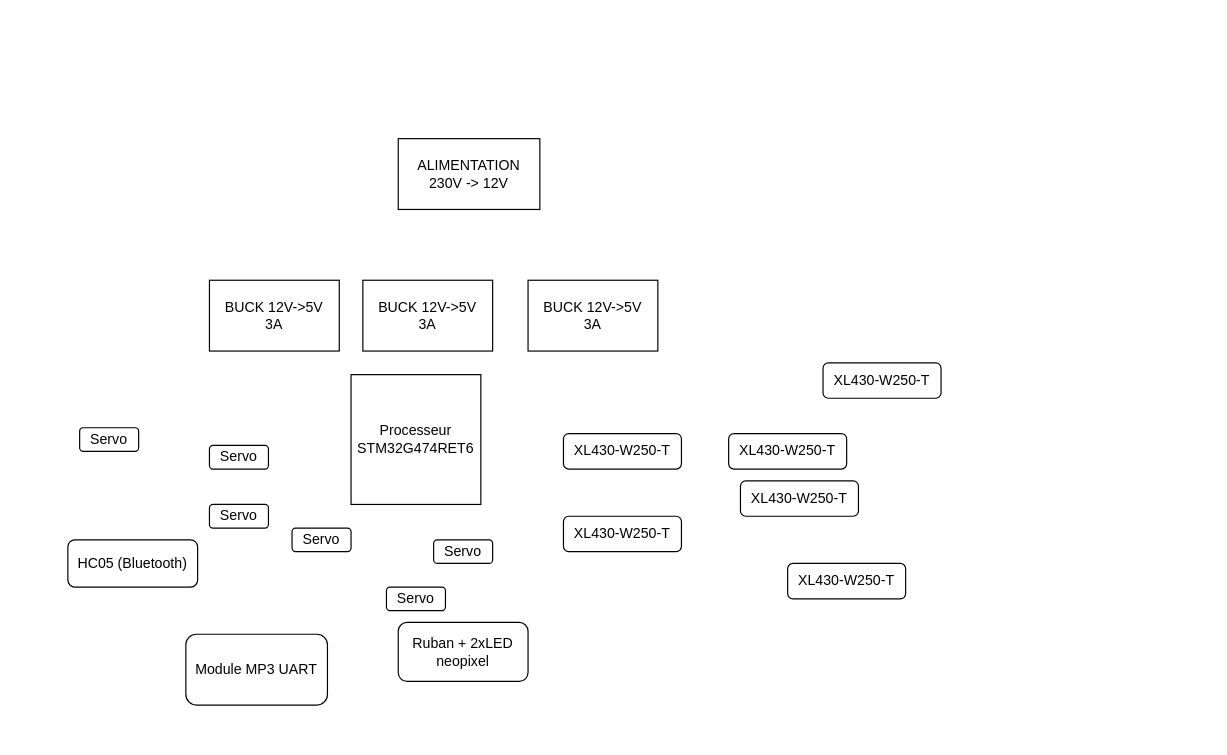
The draw.io diagram Gestion de projet/Untitled Diagram.drawio in mael-lukas/2425_Projet2A_Animatronic, before the edit. Source tidied: cells renumbered, new cells numbered last; positions are measured from the earlier drawing's top-left corner, leaving out a move shared by most shapes. Both pictures are drawn from the tidied source at 118%, with x=0, y=0 at pixel (67, 138).
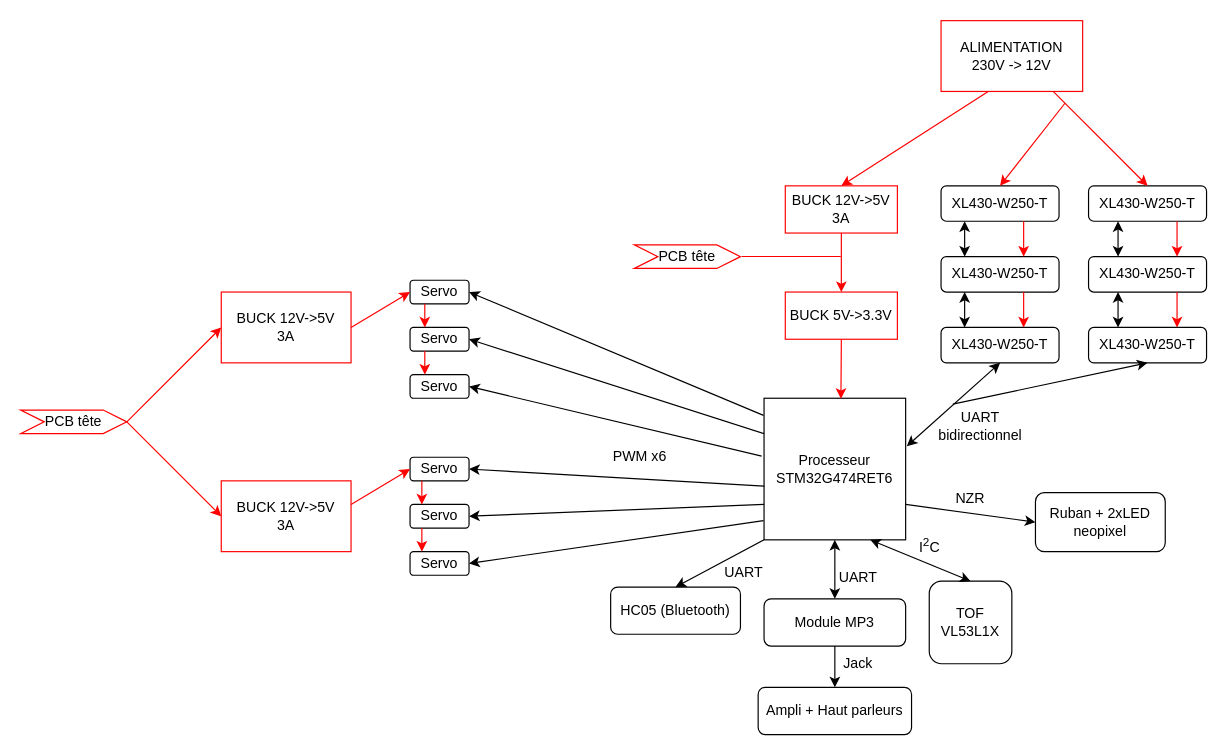
After the change.

The edit, as a diff of the source:
```diff
@@
-    <mxCell id="2" value="&lt;div&gt;ALIMENTATION&lt;/div&gt;&lt;div&gt;230V -&amp;gt; 12V&lt;br&gt;&lt;/div&gt;" style="rounded=0;whiteSpace=wrap;html=1;" parent="1" vertex="1">
-      <mxGeometry x="280" width="120" height="60" as="geometry" />
+    <mxCell id="2" value="&lt;div&gt;ALIMENTATION&lt;/div&gt;&lt;div&gt;230V -&amp;gt; 12V&lt;br&gt;&lt;/div&gt;" style="rounded=0;whiteSpace=wrap;html=1;strokeColor=#FF0000;" parent="1" vertex="1">
+      <mxGeometry x="740" y="-100" width="120" height="60" as="geometry" />
     </mxCell>
-    <mxCell id="3" value="&lt;div&gt;BUCK 12V-&amp;gt;5V&lt;/div&gt;3A" style="rounded=0;whiteSpace=wrap;html=1;" parent="1" vertex="1">
-      <mxGeometry x="120" y="120" width="110" height="60" as="geometry" />
+    <mxCell id="3" value="&lt;div&gt;BUCK 12V-&amp;gt;5V&lt;/div&gt;3A" style="rounded=0;whiteSpace=wrap;html=1;strokeColor=#FF0000;" parent="1" vertex="1">
+      <mxGeometry x="608" y="40" width="95" height="40" as="geometry" />
     </mxCell>
-    <mxCell id="4" value="&lt;div&gt;BUCK 12V-&amp;gt;5V&lt;/div&gt;&lt;div&gt;3A&lt;br&gt;&lt;/div&gt;" style="rounded=0;whiteSpace=wrap;html=1;" parent="1" vertex="1">
-      <mxGeometry x="250" y="120" width="110" height="60" as="geometry" />
+    <mxCell id="4" value="&lt;div&gt;&lt;font color=&quot;#000000&quot;&gt;BUCK 12V-&amp;gt;5V&lt;/font&gt;&lt;/div&gt;&lt;div&gt;&lt;font color=&quot;#000000&quot;&gt;3A&lt;br&gt;&lt;/font&gt;&lt;/div&gt;" style="rounded=0;whiteSpace=wrap;html=1;fontColor=#FF0000;strokeColor=#FF0000;" parent="1" vertex="1">
+      <mxGeometry x="130" y="290" width="110" height="60" as="geometry" />
     </mxCell>
-    <mxCell id="5" value="&lt;div&gt;BUCK 12V-&amp;gt;5V&lt;/div&gt;&lt;div&gt;3A&lt;br&gt;&lt;/div&gt;" style="rounded=0;whiteSpace=wrap;html=1;" parent="1" vertex="1">
-      <mxGeometry x="390" y="120" width="110" height="60" as="geometry" />
+    <mxCell id="5" value="&lt;div&gt;&lt;font color=&quot;#000000&quot;&gt;BUCK 12V-&amp;gt;5V&lt;/font&gt;&lt;/div&gt;&lt;div&gt;&lt;font color=&quot;#000000&quot;&gt;3A&lt;br&gt;&lt;/font&gt;&lt;/div&gt;" style="rounded=0;whiteSpace=wrap;html=1;fontColor=#FF0000;strokeColor=#FF0000;" parent="1" vertex="1">
+      <mxGeometry x="130" y="130" width="110" height="60" as="geometry" />
     </mxCell>
     <mxCell id="6" value="&lt;div&gt;Processeur&lt;/div&gt;&lt;div&gt;STM32G474RET6&lt;br&gt;&lt;/div&gt;" style="whiteSpace=wrap;html=1;" parent="1" vertex="1">
-      <mxGeometry x="240" y="200" width="110" height="110" as="geometry" />
+      <mxGeometry x="590" y="220" width="120" height="120" as="geometry" />
     </mxCell>
     <mxCell id="7" value="Servo" style="rounded=1;whiteSpace=wrap;html=1;" parent="1" vertex="1">
-      <mxGeometry x="10" y="245" width="50" height="20" as="geometry" />
+      <mxGeometry x="290" y="350" width="50" height="20" as="geometry" />
     </mxCell>
     <mxCell id="8" value="Servo" style="rounded=1;whiteSpace=wrap;html=1;" parent="1" vertex="1">
-      <mxGeometry x="120" y="260" width="50" height="20" as="geometry" />
+      <mxGeometry x="290" y="200" width="50" height="20" as="geometry" />
     </mxCell>
     <mxCell id="9" value="Servo" style="rounded=1;whiteSpace=wrap;html=1;" parent="1" vertex="1">
-      <mxGeometry x="120" y="310" width="50" height="20" as="geometry" />
+      <mxGeometry x="290" y="270" width="50" height="20" as="geometry" />
     </mxCell>
     <mxCell id="10" value="Servo" style="rounded=1;whiteSpace=wrap;html=1;" parent="1" vertex="1">
-      <mxGeometry x="190" y="330" width="50" height="20" as="geometry" />
+      <mxGeometry x="290" y="310" width="50" height="20" as="geometry" />
     </mxCell>
     <mxCell id="11" value="Servo" style="rounded=1;whiteSpace=wrap;html=1;" parent="1" vertex="1">
-      <mxGeometry x="310" y="340" width="50" height="20" as="geometry" />
+      <mxGeometry x="290" y="120" width="50" height="20" as="geometry" />
     </mxCell>
     <mxCell id="12" value="Servo" style="rounded=1;whiteSpace=wrap;html=1;" parent="1" vertex="1">
-      <mxGeometry x="270" y="380" width="50" height="20" as="geometry" />
+      <mxGeometry x="290" y="160" width="50" height="20" as="geometry" />
     </mxCell>
     <mxCell id="13" value="XL430-W250-T" style="rounded=1;whiteSpace=wrap;html=1;" parent="1" vertex="1">
-      <mxGeometry x="420" y="250" width="100" height="30" as="geometry" />
+      <mxGeometry x="865" y="160" width="100" height="30" as="geometry" />
     </mxCell>
-    <mxCell id="14" value="XL430-W250-T" style="rounded=1;whiteSpace=wrap;html=1;" parent="1" vertex="1">
-      <mxGeometry x="570" y="290" width="100" height="30" as="geometry" />
-    </mxCell>
-    <mxCell id="15" value="XL430-W250-T" style="rounded=1;whiteSpace=wrap;html=1;" parent="1" vertex="1">
-      <mxGeometry x="420" y="320" width="100" height="30" as="geometry" />
-    </mxCell>
     <mxCell id="16" value="XL430-W250-T" style="rounded=1;whiteSpace=wrap;html=1;" parent="1" vertex="1">
-      <mxGeometry x="560" y="250" width="100" height="30" as="geometry" />
+      <mxGeometry x="865" y="100" width="100" height="30" as="geometry" />
     </mxCell>
     <mxCell id="17" value="XL430-W250-T" style="rounded=1;whiteSpace=wrap;html=1;" parent="1" vertex="1">
-      <mxGeometry x="640" y="190" width="100" height="30" as="geometry" />
+      <mxGeometry x="865" y="40" width="100" height="30" as="geometry" />
     </mxCell>
-    <mxCell id="18" value="XL430-W250-T" style="rounded=1;whiteSpace=wrap;html=1;" parent="1" vertex="1">
-      <mxGeometry x="610" y="360" width="100" height="30" as="geometry" />
-    </mxCell>
     <mxCell id="19" value="HC05 (Bluetooth)" style="rounded=1;whiteSpace=wrap;html=1;" parent="1" vertex="1">
-      <mxGeometry y="340" width="110" height="40" as="geometry" />
+      <mxGeometry x="460" y="380" width="110" height="40" as="geometry" />
     </mxCell>
     <mxCell id="20" value="Ruban + 2xLED neopixel" style="rounded=1;whiteSpace=wrap;html=1;" parent="1" vertex="1">
-      <mxGeometry x="280" y="410" width="110" height="50" as="geometry" />
+      <mxGeometry x="820" y="300" width="110" height="50" as="geometry" />
     </mxCell>
-    <mxCell id="21" value="Module MP3 UART" style="rounded=1;whiteSpace=wrap;html=1;" parent="1" vertex="1">
-      <mxGeometry x="100" y="420" width="120" height="60" as="geometry" />
+    <mxCell id="21" value="&lt;div&gt;Module MP3&lt;/div&gt;" style="rounded=1;whiteSpace=wrap;html=1;" parent="1" vertex="1">
+      <mxGeometry x="590" y="390" width="120" height="40" as="geometry" />
     </mxCell>
+    <mxCell id="22" value="&lt;div&gt;TOF&lt;/div&gt;VL53L1X" style="rounded=1;whiteSpace=wrap;html=1;" parent="1" vertex="1">
+      <mxGeometry x="730" y="375" width="70" height="70" as="geometry" />
+    </mxCell>
+    <mxCell id="23" value="Ampli + Haut parleurs" style="rounded=1;whiteSpace=wrap;html=1;" parent="1" vertex="1">
+      <mxGeometry x="585" y="465" width="130" height="40" as="geometry" />
+    </mxCell>
+    <mxCell id="24" style="endArrow=classic;startArrow=classic;html=1;rounded=0;entryX=0.5;entryY=1;entryDx=0;entryDy=0;exitX=0.5;exitY=0;exitDx=0;exitDy=0;" parent="1" edge="1">
+      <mxGeometry relative="1" as="geometry">
+        <mxPoint x="890" y="160" as="sourcePoint" />
+        <mxPoint x="890" y="130" as="targetPoint" />
+      </mxGeometry>
+    </mxCell>
+    <mxCell id="25" style="endArrow=classic;startArrow=classic;html=1;rounded=0;entryX=0.5;entryY=1;entryDx=0;entryDy=0;exitX=0.5;exitY=0;exitDx=0;exitDy=0;" parent="1" edge="1">
+      <mxGeometry relative="1" as="geometry">
+        <mxPoint x="890" y="100" as="sourcePoint" />
+        <mxPoint x="890" y="70" as="targetPoint" />
+      </mxGeometry>
+    </mxCell>
+    <mxCell id="26" value="XL430-W250-T" style="rounded=1;whiteSpace=wrap;html=1;" parent="1" vertex="1">
+      <mxGeometry x="740" y="40" width="100" height="30" as="geometry" />
+    </mxCell>
+    <mxCell id="27" value="XL430-W250-T" style="rounded=1;whiteSpace=wrap;html=1;" parent="1" vertex="1">
+      <mxGeometry x="740" y="160" width="100" height="30" as="geometry" />
+    </mxCell>
+    <mxCell id="28" value="XL430-W250-T" style="rounded=1;whiteSpace=wrap;html=1;" parent="1" vertex="1">
+      <mxGeometry x="740" y="100" width="100" height="30" as="geometry" />
+    </mxCell>
+    <mxCell id="29" style="endArrow=classic;startArrow=classic;html=1;rounded=0;entryX=0.5;entryY=1;entryDx=0;entryDy=0;exitX=0.5;exitY=0;exitDx=0;exitDy=0;" parent="1" edge="1">
+      <mxGeometry relative="1" as="geometry">
+        <mxPoint x="760" y="100" as="sourcePoint" />
+        <mxPoint x="760" y="70" as="targetPoint" />
+      </mxGeometry>
+    </mxCell>
+    <mxCell id="30" style="endArrow=classic;startArrow=classic;html=1;rounded=0;entryX=0.5;entryY=1;entryDx=0;entryDy=0;exitX=0.5;exitY=0;exitDx=0;exitDy=0;" parent="1" edge="1">
+      <mxGeometry relative="1" as="geometry">
+        <mxPoint x="760" y="160" as="sourcePoint" />
+        <mxPoint x="760" y="130" as="targetPoint" />
+      </mxGeometry>
+    </mxCell>
+    <mxCell id="31" style="endArrow=classic;html=1;rounded=0;entryX=0.5;entryY=0;entryDx=0;entryDy=0;strokeColor=#FF0000;" parent="1" edge="1" target="17">
+      <mxGeometry relative="1" as="geometry">
+        <mxPoint x="835" y="-40" as="sourcePoint" />
+      </mxGeometry>
+    </mxCell>
+    <mxCell id="32" style="endArrow=classic;html=1;rounded=0;entryX=0.5;entryY=0;entryDx=0;entryDy=0;strokeColor=#FF0000;" parent="1" edge="1" target="26">
+      <mxGeometry relative="1" as="geometry">
+        <mxPoint x="845" y="-30" as="sourcePoint" />
+      </mxGeometry>
+    </mxCell>
+    <mxCell id="33" value="&lt;div&gt;BUCK 5V-&amp;gt;3.3V&lt;br&gt;&lt;/div&gt;&lt;font color=&quot;#ff0000&quot;&gt;&lt;/font&gt;" style="rounded=0;whiteSpace=wrap;html=1;strokeColor=#FF0000;" parent="1" vertex="1">
+      <mxGeometry x="608" y="130" width="95" height="40" as="geometry" />
+    </mxCell>
+    <mxCell id="34" style="endArrow=classic;html=1;rounded=0;entryX=0.5;entryY=0;entryDx=0;entryDy=0;exitX=0.333;exitY=1;exitDx=0;exitDy=0;exitPerimeter=0;strokeColor=#FF0000;" parent="1" edge="1" source="2" target="3">
+      <mxGeometry relative="1" as="geometry" />
+    </mxCell>
+    <mxCell id="35" style="endArrow=classic;html=1;rounded=0;strokeColor=#FF0000;exitX=0.5;exitY=1;exitDx=0;exitDy=0;entryX=0.543;entryY=0.004;entryDx=0;entryDy=0;entryPerimeter=0;" parent="1" edge="1" source="33" target="6">
+      <mxGeometry relative="1" as="geometry" />
+    </mxCell>
+    <mxCell id="36" style="endArrow=classic;html=1;rounded=0;entryX=0.5;entryY=0;entryDx=0;entryDy=0;strokeColor=#FF0000;exitX=0.5;exitY=1;exitDx=0;exitDy=0;" parent="1" edge="1" source="3" target="33">
+      <mxGeometry relative="1" as="geometry" />
+    </mxCell>
+    <mxCell id="37" style="endArrow=classic;html=1;rounded=0;entryX=0.75;entryY=0;entryDx=0;entryDy=0;strokeColor=#FF0000;exitX=0.75;exitY=1;exitDx=0;exitDy=0;" parent="1" edge="1">
+      <mxGeometry relative="1" as="geometry">
+        <mxPoint x="810" y="70" as="sourcePoint" />
+        <mxPoint x="810" y="100" as="targetPoint" />
+      </mxGeometry>
+    </mxCell>
+    <mxCell id="38" style="endArrow=classic;html=1;rounded=0;entryX=0.75;entryY=0;entryDx=0;entryDy=0;strokeColor=#FF0000;exitX=0.75;exitY=1;exitDx=0;exitDy=0;" parent="1" edge="1">
+      <mxGeometry relative="1" as="geometry">
+        <mxPoint x="810" y="130" as="sourcePoint" />
+        <mxPoint x="810" y="160" as="targetPoint" />
+      </mxGeometry>
+    </mxCell>
+    <mxCell id="39" style="endArrow=classic;html=1;rounded=0;entryX=0.75;entryY=0;entryDx=0;entryDy=0;strokeColor=#FF0000;exitX=0.75;exitY=1;exitDx=0;exitDy=0;" parent="1" edge="1">
+      <mxGeometry relative="1" as="geometry">
+        <mxPoint x="940" y="70" as="sourcePoint" />
+        <mxPoint x="940" y="100" as="targetPoint" />
+      </mxGeometry>
+    </mxCell>
+    <mxCell id="40" style="endArrow=classic;html=1;rounded=0;entryX=0.75;entryY=0;entryDx=0;entryDy=0;strokeColor=#FF0000;exitX=0.75;exitY=1;exitDx=0;exitDy=0;" parent="1" edge="1">
+      <mxGeometry relative="1" as="geometry">
+        <mxPoint x="940" y="130" as="sourcePoint" />
+        <mxPoint x="940" y="160" as="targetPoint" />
+      </mxGeometry>
+    </mxCell>
+    <mxCell id="41" style="endArrow=classic;startArrow=classic;html=1;rounded=0;entryX=0.5;entryY=1;entryDx=0;entryDy=0;exitX=1.008;exitY=0.339;exitDx=0;exitDy=0;exitPerimeter=0;" parent="1" edge="1" source="6" target="27">
+      <mxGeometry relative="1" as="geometry" />
+    </mxCell>
+    <mxCell id="42" style="endArrow=classic;html=1;rounded=0;entryX=0.5;entryY=1;entryDx=0;entryDy=0;jumpSize=6;" parent="1" edge="1" target="13">
+      <mxGeometry relative="1" as="geometry">
+        <mxPoint x="750" y="225" as="sourcePoint" />
+      </mxGeometry>
+    </mxCell>
+    <mxCell id="43" value="&lt;div&gt;UART&lt;/div&gt;&lt;div&gt;bidirectionnel&lt;br&gt;&lt;/div&gt;" style="text;html=1;align=center;verticalAlign=middle;strokeColor=none;fillColor=none;" parent="1" vertex="1">
+      <mxGeometry x="728" y="224" width="90" height="40" as="geometry" />
+    </mxCell>
+    <mxCell id="44" style="endArrow=classic;startArrow=classic;html=1;rounded=0;entryX=0.75;entryY=1;entryDx=0;entryDy=0;exitX=0.5;exitY=0;exitDx=0;exitDy=0;" parent="1" edge="1" source="22" target="6">
+      <mxGeometry relative="1" as="geometry" />
+    </mxCell>
+    <mxCell id="45" value="I&lt;sup&gt;2&lt;/sup&gt;C" style="text;html=1;align=center;verticalAlign=middle;strokeColor=none;fillColor=none;" parent="1" vertex="1">
+      <mxGeometry x="710" y="330" width="40" height="30" as="geometry" />
+    </mxCell>
+    <mxCell id="46" style="endArrow=classic;startArrow=classic;html=1;rounded=0;exitX=0.5;exitY=0;exitDx=0;exitDy=0;entryX=0.5;entryY=1;entryDx=0;entryDy=0;" parent="1" edge="1" source="21" target="6">
+      <mxGeometry relative="1" as="geometry" />
+    </mxCell>
+    <mxCell id="47" value="UART" style="text;html=1;align=center;verticalAlign=middle;whiteSpace=wrap;rounded=0;" parent="1" vertex="1">
+      <mxGeometry x="640" y="357" width="60" height="30" as="geometry" />
+    </mxCell>
+    <mxCell id="48" style="endArrow=classic;html=1;rounded=0;entryX=0.5;entryY=0;entryDx=0;entryDy=0;exitX=0.5;exitY=1;exitDx=0;exitDy=0;" parent="1" edge="1" source="21" target="23">
+      <mxGeometry relative="1" as="geometry" />
+    </mxCell>
+    <mxCell id="49" value="&lt;div&gt;Jack&lt;/div&gt;" style="text;html=1;align=center;verticalAlign=middle;whiteSpace=wrap;rounded=0;" parent="1" vertex="1">
+      <mxGeometry x="640" y="430" width="60" height="30" as="geometry" />
+    </mxCell>
+    <mxCell id="50" style="endArrow=classic;html=1;rounded=0;entryX=0.5;entryY=0;entryDx=0;entryDy=0;exitX=0;exitY=1;exitDx=0;exitDy=0;" parent="1" edge="1" source="6" target="19">
+      <mxGeometry relative="1" as="geometry" />
+    </mxCell>
+    <mxCell id="51" value="UART" style="text;html=1;align=center;verticalAlign=middle;whiteSpace=wrap;rounded=0;" parent="1" vertex="1">
+      <mxGeometry x="543" y="353" width="60" height="30" as="geometry" />
+    </mxCell>
+    <mxCell id="52" style="endArrow=none;html=1;rounded=0;strokeColor=#FF0000;" parent="1" edge="1">
+      <mxGeometry relative="1" as="geometry">
+        <mxPoint x="571" y="99.9" as="sourcePoint" />
+        <mxPoint x="655" y="99.9" as="targetPoint" />
+      </mxGeometry>
+    </mxCell>
+    <mxCell id="53" value="PCB tête" style="shape=step;perimeter=stepPerimeter;whiteSpace=wrap;html=1;fixedSize=1;strokeColor=#FF0000;" parent="1" vertex="1">
+      <mxGeometry x="480" y="90" width="90" height="20" as="geometry" />
+    </mxCell>
+    <mxCell id="54" value="PCB tête" style="shape=step;perimeter=stepPerimeter;whiteSpace=wrap;html=1;fixedSize=1;strokeColor=#FF0000;" parent="1" vertex="1">
+      <mxGeometry x="-40" y="230" width="90" height="20" as="geometry" />
+    </mxCell>
+    <mxCell id="55" style="endArrow=classic;html=1;rounded=0;entryX=0;entryY=0.5;entryDx=0;entryDy=0;strokeColor=#FF0000;" parent="1" edge="1" target="5">
+      <mxGeometry relative="1" as="geometry">
+        <mxPoint x="50" y="240" as="sourcePoint" />
+      </mxGeometry>
+    </mxCell>
+    <mxCell id="56" style="endArrow=classic;html=1;rounded=0;entryX=0;entryY=0.5;entryDx=0;entryDy=0;strokeColor=#FF0000;" parent="1" edge="1" target="4">
+      <mxGeometry relative="1" as="geometry">
+        <mxPoint x="50" y="240" as="sourcePoint" />
+      </mxGeometry>
+    </mxCell>
+    <mxCell id="57" style="endArrow=classic;html=1;rounded=0;entryX=0;entryY=0.5;entryDx=0;entryDy=0;exitX=1;exitY=0.5;exitDx=0;exitDy=0;strokeColor=#FF0000;" parent="1" edge="1" source="5" target="11">
+      <mxGeometry relative="1" as="geometry" />
+    </mxCell>
+    <mxCell id="58" style="endArrow=classic;html=1;rounded=0;entryX=0.25;entryY=0;entryDx=0;entryDy=0;exitX=0.25;exitY=1;exitDx=0;exitDy=0;strokeColor=#FF0000;" parent="1" edge="1" source="11" target="12">
+      <mxGeometry relative="1" as="geometry" />
+    </mxCell>
+    <mxCell id="59" style="endArrow=classic;html=1;rounded=0;entryX=0.25;entryY=0;entryDx=0;entryDy=0;exitX=0.25;exitY=1;exitDx=0;exitDy=0;strokeColor=#FF0000;" parent="1" edge="1" source="12" target="8">
+      <mxGeometry relative="1" as="geometry" />
+    </mxCell>
+    <mxCell id="60" style="endArrow=classic;html=1;rounded=0;entryX=0;entryY=0.5;entryDx=0;entryDy=0;exitX=1;exitY=0.5;exitDx=0;exitDy=0;strokeColor=#FF0000;" parent="1" edge="1">
+      <mxGeometry relative="1" as="geometry">
+        <mxPoint x="240" y="310" as="sourcePoint" />
+        <mxPoint x="290" y="280" as="targetPoint" />
+      </mxGeometry>
+    </mxCell>
+    <mxCell id="61" style="endArrow=classic;html=1;rounded=0;entryX=0.25;entryY=0;entryDx=0;entryDy=0;exitX=0.25;exitY=1;exitDx=0;exitDy=0;strokeColor=#FF0000;" parent="1" edge="1">
+      <mxGeometry relative="1" as="geometry">
+        <mxPoint x="300" y="290" as="sourcePoint" />
+        <mxPoint x="300" y="310" as="targetPoint" />
+      </mxGeometry>
+    </mxCell>
+    <mxCell id="62" style="endArrow=classic;html=1;rounded=0;entryX=0.25;entryY=0;entryDx=0;entryDy=0;exitX=0.25;exitY=1;exitDx=0;exitDy=0;strokeColor=#FF0000;" parent="1" edge="1">
+      <mxGeometry relative="1" as="geometry">
+        <mxPoint x="300" y="330" as="sourcePoint" />
+        <mxPoint x="300" y="350" as="targetPoint" />
+      </mxGeometry>
+    </mxCell>
+    <mxCell id="63" style="endArrow=classic;html=1;rounded=0;entryX=1;entryY=0.5;entryDx=0;entryDy=0;exitX=-0.004;exitY=0.864;exitDx=0;exitDy=0;exitPerimeter=0;" parent="1" edge="1" source="6" target="7">
+      <mxGeometry relative="1" as="geometry" />
+    </mxCell>
+    <mxCell id="64" style="endArrow=classic;html=1;rounded=0;entryX=1;entryY=0.5;entryDx=0;entryDy=0;exitX=0;exitY=0.75;exitDx=0;exitDy=0;" parent="1" edge="1" source="6" target="10">
+      <mxGeometry relative="1" as="geometry" />
+    </mxCell>
+    <mxCell id="65" style="endArrow=classic;html=1;rounded=0;entryX=1;entryY=0.5;entryDx=0;entryDy=0;exitX=0.002;exitY=0.621;exitDx=0;exitDy=0;exitPerimeter=0;" parent="1" edge="1" source="6" target="9">
+      <mxGeometry relative="1" as="geometry" />
+    </mxCell>
+    <mxCell id="66" style="endArrow=classic;html=1;rounded=0;entryX=1;entryY=0.5;entryDx=0;entryDy=0;exitX=-0.017;exitY=0.409;exitDx=0;exitDy=0;exitPerimeter=0;" parent="1" edge="1" source="6" target="8">
+      <mxGeometry relative="1" as="geometry" />
+    </mxCell>
+    <mxCell id="67" style="endArrow=classic;html=1;rounded=0;entryX=1;entryY=0.5;entryDx=0;entryDy=0;exitX=0;exitY=0.25;exitDx=0;exitDy=0;" parent="1" edge="1" source="6" target="12">
+      <mxGeometry relative="1" as="geometry" />
+    </mxCell>
+    <mxCell id="68" style="endArrow=classic;html=1;rounded=0;entryX=1;entryY=0.5;entryDx=0;entryDy=0;exitX=-0.004;exitY=0.121;exitDx=0;exitDy=0;exitPerimeter=0;" parent="1" edge="1" source="6" target="11">
+      <mxGeometry relative="1" as="geometry" />
+    </mxCell>
+    <mxCell id="69" style="endArrow=classic;html=1;rounded=0;entryX=0;entryY=0.5;entryDx=0;entryDy=0;exitX=1;exitY=0.75;exitDx=0;exitDy=0;" parent="1" edge="1" source="6" target="20">
+      <mxGeometry relative="1" as="geometry" />
+    </mxCell>
+    <mxCell id="70" value="NZR " style="text;html=1;align=center;verticalAlign=middle;whiteSpace=wrap;rounded=0;" parent="1" vertex="1">
+      <mxGeometry x="735" y="290" width="60" height="30" as="geometry" />
+    </mxCell>
+    <mxCell id="71" value="PWM x6" style="text;html=1;align=center;verticalAlign=middle;whiteSpace=wrap;rounded=0;" parent="1" vertex="1">
+      <mxGeometry x="455" y="255" width="60" height="30" as="geometry" />
+    </mxCell>
```
